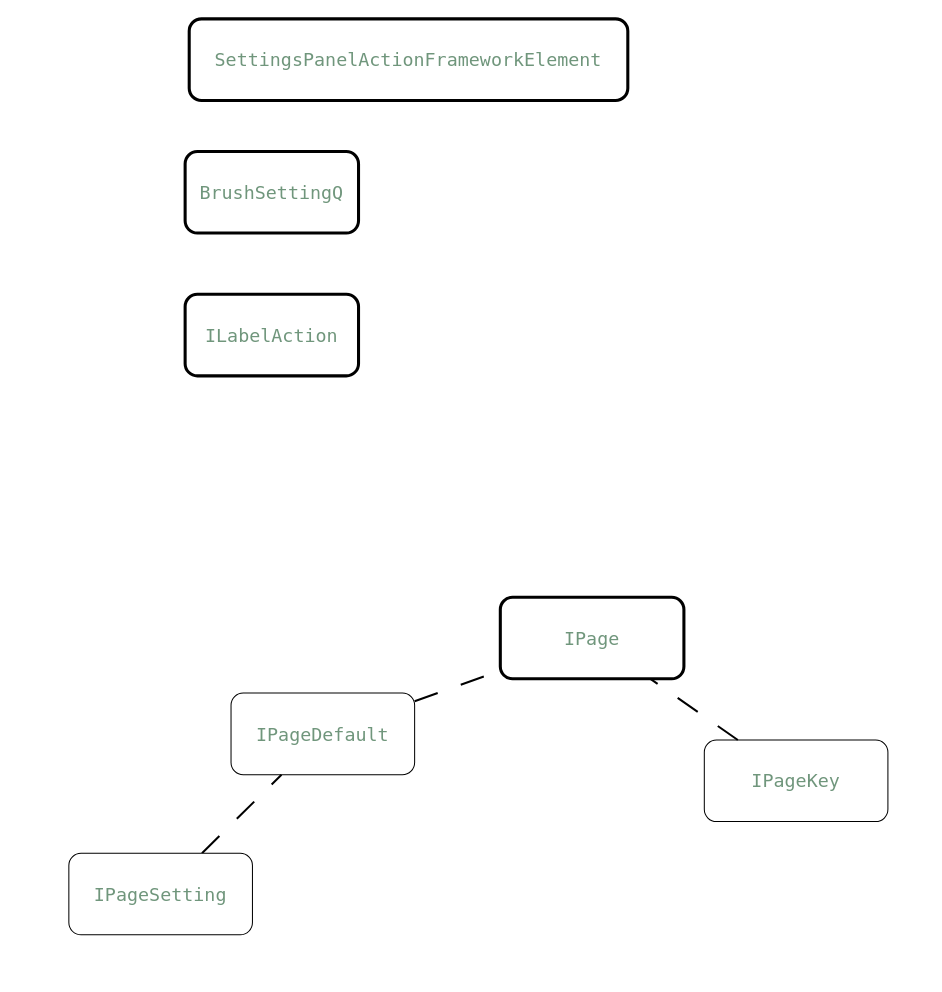
Earlier version of the draw.io diagram page "CORE Диаграмма" (1 of 2) of IEL.drawio (Lisyaka46/IEL). Source tidied: cells renumbered, new cells numbered last; positions are measured from the earlier drawing's top-left corner, leaving out a move shared by most shapes. Both pictures are drawn from the tidied source at 102%, with x=0, y=0 at pixel (68, 18).
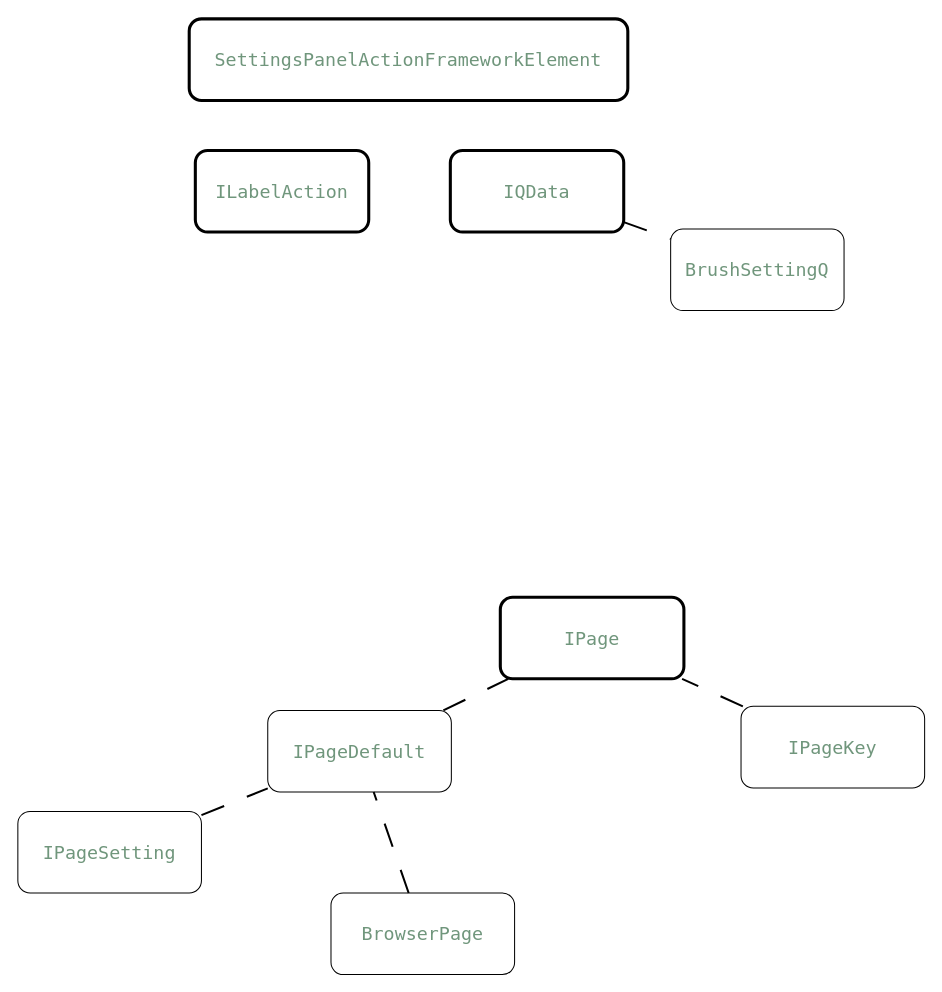
Above is the later version.

Commit message (it also covers changes not shown here):
Обновление диаграммы проекта

What changed in the source:
```diff
@@
 <mxGraphModel>
   <root>
     <mxCell id="0" />
     <mxCell id="1" parent="0" />
-    <mxCell id="2" value="BrushSettingQ" style="rounded=1;whiteSpace=wrap;fontSize=18;fontColor=#70967C;fontFamily=Lucida Console;strokeWidth=3;" parent="1" vertex="1">
-      <mxGeometry x="114" y="130" width="170" height="80" as="geometry" />
+    <mxCell id="2" value="BrushSettingQ" style="rounded=1;whiteSpace=wrap;fontSize=18;fontColor=#70967C;fontFamily=Lucida Console;strokeWidth=1;" parent="1" vertex="1">
+      <mxGeometry x="590" y="206" width="170" height="80" as="geometry" />
     </mxCell>
     <mxCell id="3" value="ILabelAction" style="rounded=1;whiteSpace=wrap;fontSize=18;fontColor=#70967C;fontFamily=Lucida Console;strokeWidth=3;" parent="1" vertex="1">
-      <mxGeometry x="114" y="270" width="170" height="80" as="geometry" />
+      <mxGeometry x="124" y="129" width="170" height="80" as="geometry" />
     </mxCell>
     <mxCell id="4" value="SettingsPanelActionFrameworkElement" style="rounded=1;whiteSpace=wrap;fontSize=18;fontColor=#70967C;fontFamily=Lucida Console;strokeWidth=3;" parent="1" vertex="1">
       <mxGeometry x="118" width="430" height="80" as="geometry" />
     </mxCell>
     <mxCell id="5" value="IPageKey" style="rounded=1;whiteSpace=wrap;fontSize=18;fontColor=#70967C;fontFamily=Lucida Console;" parent="1" vertex="1">
-      <mxGeometry x="623" y="707" width="180" height="80" as="geometry" />
+      <mxGeometry x="659" y="674" width="180" height="80" as="geometry" />
     </mxCell>
     <mxCell id="6" style="rounded=1;jettySize=auto;html=1;dashed=1;dashPattern=12 12;strokeWidth=2;endArrow=none;endFill=0;flowAnimation=1;" parent="1" edge="1" source="5" target="9">
       <mxGeometry relative="1" as="geometry" />
     </mxCell>
     <mxCell id="7" style="rounded=1;jettySize=auto;html=1;strokeWidth=2;endArrow=none;endFill=0;dashed=1;dashPattern=12 12;flowAnimation=1;" parent="1" edge="1" source="8" target="9">
       <mxGeometry relative="1" as="geometry" />
     </mxCell>
     <mxCell id="8" value="IPageDefault" style="rounded=1;whiteSpace=wrap;fontSize=18;fontColor=#70967C;fontFamily=Lucida Console;" parent="1" vertex="1">
-      <mxGeometry x="159" y="661" width="180" height="80" as="geometry" />
+      <mxGeometry x="195" y="678" width="180" height="80" as="geometry" />
     </mxCell>
     <mxCell id="9" value="IPage" style="rounded=1;whiteSpace=wrap;fontSize=18;fontColor=#70967C;fontFamily=Lucida Console;strokeWidth=3;" parent="1" vertex="1">
       <mxGeometry x="423" y="567" width="180" height="80" as="geometry" />
     </mxCell>
     <mxCell id="10" style="edgeStyle=none;shape=connector;rounded=1;jettySize=auto;html=1;dashed=1;dashPattern=12 12;strokeColor=default;strokeWidth=2;align=center;verticalAlign=middle;fontFamily=Lucida Console;fontSize=18;fontColor=#70967C;labelBackgroundColor=default;endArrow=none;endFill=0;flowAnimation=1;" parent="1" edge="1" source="11" target="8">
       <mxGeometry relative="1" as="geometry" />
     </mxCell>
     <mxCell id="11" value="IPageSetting" style="rounded=1;whiteSpace=wrap;fontSize=18;fontColor=#70967C;fontFamily=Lucida Console;" parent="1" vertex="1">
-      <mxGeometry y="818" width="180" height="80" as="geometry" />
+      <mxGeometry x="-50" y="777" width="180" height="80" as="geometry" />
     </mxCell>
+    <mxCell id="12" style="edgeStyle=none;shape=connector;rounded=1;jettySize=auto;html=1;dashed=1;dashPattern=12 12;strokeColor=default;strokeWidth=2;align=center;verticalAlign=middle;fontFamily=Helvetica;fontSize=11;fontColor=default;labelBackgroundColor=default;endArrow=none;endFill=0;flowAnimation=1;" parent="1" edge="1" source="13" target="2">
+      <mxGeometry relative="1" as="geometry" />
+    </mxCell>
+    <mxCell id="13" value="IQData" style="rounded=1;whiteSpace=wrap;fontSize=18;fontColor=#70967C;fontFamily=Lucida Console;strokeWidth=3;" parent="1" vertex="1">
+      <mxGeometry x="374" y="129" width="170" height="80" as="geometry" />
+    </mxCell>
+    <mxCell id="14" value="BrowserPage" style="rounded=1;whiteSpace=wrap;fontSize=18;fontColor=#70967C;fontFamily=Lucida Console;" parent="1" vertex="1">
+      <mxGeometry x="257" y="857" width="180" height="80" as="geometry" />
+    </mxCell>
+    <mxCell id="15" style="rounded=1;jettySize=auto;html=1;strokeWidth=2;endArrow=none;endFill=0;dashed=1;dashPattern=12 12;flowAnimation=1;" parent="1" edge="1" source="14" target="8">
+      <mxGeometry relative="1" as="geometry" />
+    </mxCell>
   </root>
 </mxGraphModel>
```
